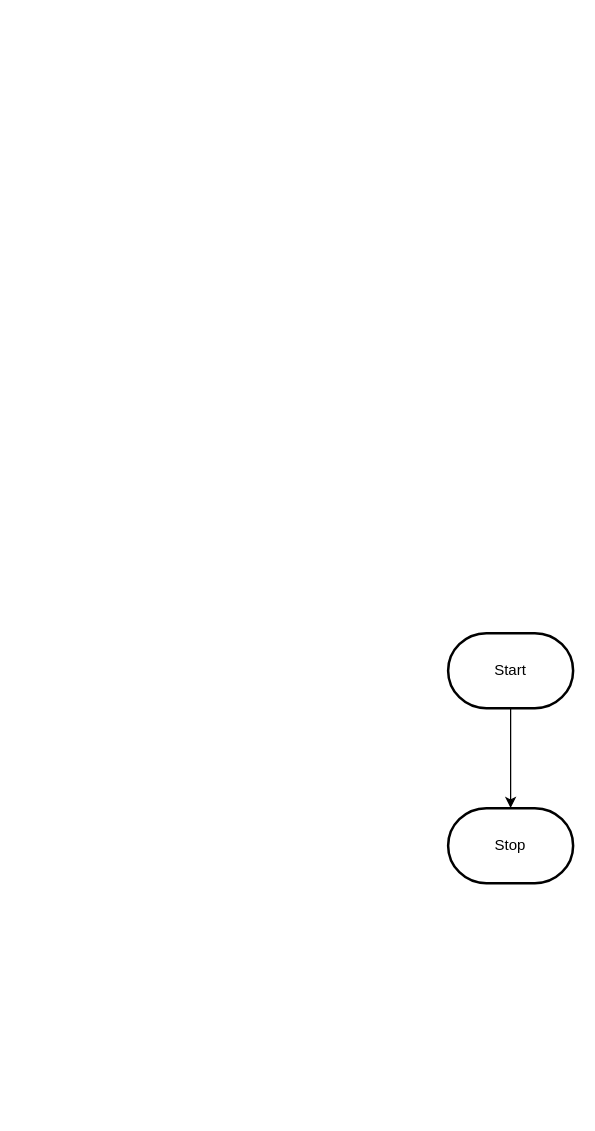
Before: design/flowchart.drawio in MTHS-TEJ2O-1-2023/TEJ2O-Unit-2-08-Ernest-Choy, a draw.io diagram. Source tidied: cells renumbered, new cells numbered last; positions are measured from the earlier drawing's top-left corner, leaving out a move shared by most shapes. Both pictures are drawn from the tidied source at 125%, with x=0, y=0 at pixel (448, 632).
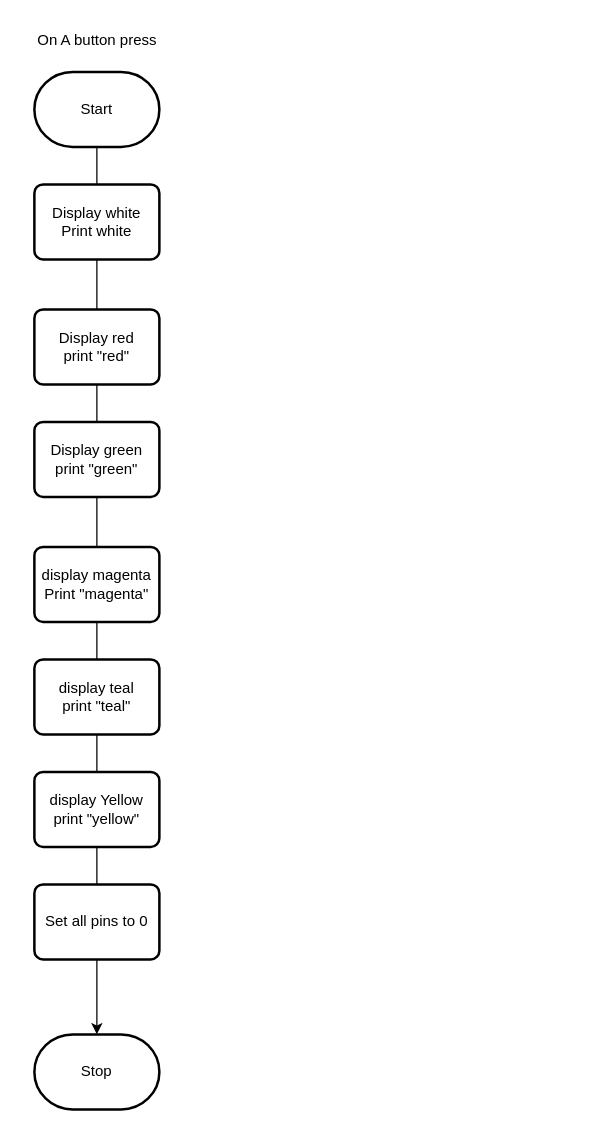
After the change.

Change to the diagram source:
```diff
@@
 <mxGraphModel>
   <root>
     <mxCell id="0" />
     <mxCell id="1" parent="0" />
-    <mxCell id="2" style="edgeStyle=orthogonalEdgeStyle;html=1;rounded=0;" parent="1" edge="1" source="3" target="4">
+    <mxCell id="2" style="edgeStyle=orthogonalEdgeStyle;html=1;rounded=0;startArrow=none;" parent="1" edge="1" source="11" target="4">
       <mxGeometry relative="1" as="geometry" />
     </mxCell>
     <mxCell id="3" value="Start" style="strokeWidth=2;html=1;shape=mxgraph.flowchart.terminator;whiteSpace=wrap;" parent="1" vertex="1">
-      <mxGeometry width="100" height="60" as="geometry" />
+      <mxGeometry x="-331" y="-449" width="100" height="60" as="geometry" />
     </mxCell>
     <mxCell id="4" value="Stop" style="strokeWidth=2;html=1;shape=mxgraph.flowchart.terminator;whiteSpace=wrap;" parent="1" vertex="1">
-      <mxGeometry y="140" width="100" height="60" as="geometry" />
+      <mxGeometry x="-331" y="321" width="100" height="60" as="geometry" />
     </mxCell>
+    <mxCell id="5" style="edgeStyle=orthogonalEdgeStyle;html=1;rounded=0;endArrow=none;" parent="1" edge="1" source="3" target="6">
+      <mxGeometry relative="1" as="geometry" />
+    </mxCell>
+    <mxCell id="6" value="Display red&lt;br&gt;print &quot;red&quot;" style="rounded=1;whiteSpace=wrap;html=1;absoluteArcSize=1;arcSize=14;strokeWidth=2;" parent="1" vertex="1">
+      <mxGeometry x="-331" y="-259" width="100" height="60" as="geometry" />
+    </mxCell>
+    <mxCell id="7" value="Display white&lt;br&gt;Print white" style="rounded=1;whiteSpace=wrap;html=1;absoluteArcSize=1;arcSize=14;strokeWidth=2;" parent="1" vertex="1">
+      <mxGeometry x="-331" y="-359" width="100" height="60" as="geometry" />
+    </mxCell>
+    <mxCell id="8" style="edgeStyle=orthogonalEdgeStyle;html=1;rounded=0;startArrow=none;endArrow=none;" parent="1" edge="1" source="18" target="9">
+      <mxGeometry relative="1" as="geometry" />
+    </mxCell>
+    <mxCell id="9" value="display Yellow&lt;br&gt;print &quot;yellow&quot;" style="rounded=1;whiteSpace=wrap;html=1;absoluteArcSize=1;arcSize=14;strokeWidth=2;" parent="1" vertex="1">
+      <mxGeometry x="-331" y="111" width="100" height="60" as="geometry" />
+    </mxCell>
+    <mxCell id="10" style="edgeStyle=orthogonalEdgeStyle;html=1;rounded=0;startArrow=none;endArrow=none;" parent="1" edge="1" source="9" target="11">
+      <mxGeometry relative="1" as="geometry" />
+    </mxCell>
+    <mxCell id="11" value="Set all pins to 0" style="rounded=1;whiteSpace=wrap;html=1;absoluteArcSize=1;arcSize=14;strokeWidth=2;" parent="1" vertex="1">
+      <mxGeometry x="-331" y="201" width="100" height="60" as="geometry" />
+    </mxCell>
+    <mxCell id="12" value="On A button press" style="text;html=1;align=center;verticalAlign=middle;strokeColor=none;fillColor=none;" parent="1" vertex="1">
+      <mxGeometry x="-341" y="-489" width="120" height="30" as="geometry" />
+    </mxCell>
+    <mxCell id="13" style="edgeStyle=orthogonalEdgeStyle;html=1;rounded=0;startArrow=none;endArrow=none;" parent="1" edge="1" source="16" target="14">
+      <mxGeometry relative="1" as="geometry" />
+    </mxCell>
+    <mxCell id="14" value="display magenta&lt;br&gt;Print &quot;magenta&quot;" style="rounded=1;whiteSpace=wrap;html=1;absoluteArcSize=1;arcSize=14;strokeWidth=2;" parent="1" vertex="1">
+      <mxGeometry x="-331" y="-69" width="100" height="60" as="geometry" />
+    </mxCell>
+    <mxCell id="15" style="edgeStyle=orthogonalEdgeStyle;html=1;rounded=0;startArrow=none;endArrow=none;" parent="1" edge="1" source="6" target="16">
+      <mxGeometry relative="1" as="geometry" />
+    </mxCell>
+    <mxCell id="16" value="Display green&lt;br&gt;print &quot;green&quot;" style="rounded=1;whiteSpace=wrap;html=1;absoluteArcSize=1;arcSize=14;strokeWidth=2;" parent="1" vertex="1">
+      <mxGeometry x="-331" y="-169" width="100" height="60" as="geometry" />
+    </mxCell>
+    <mxCell id="17" style="edgeStyle=orthogonalEdgeStyle;html=1;rounded=0;startArrow=none;endArrow=none;" parent="1" edge="1" source="14" target="18">
+      <mxGeometry relative="1" as="geometry" />
+    </mxCell>
+    <mxCell id="18" value="display teal&lt;br&gt;print &quot;teal&quot;" style="rounded=1;whiteSpace=wrap;html=1;absoluteArcSize=1;arcSize=14;strokeWidth=2;" parent="1" vertex="1">
+      <mxGeometry x="-331" y="21" width="100" height="60" as="geometry" />
+    </mxCell>
   </root>
 </mxGraphModel>
```
